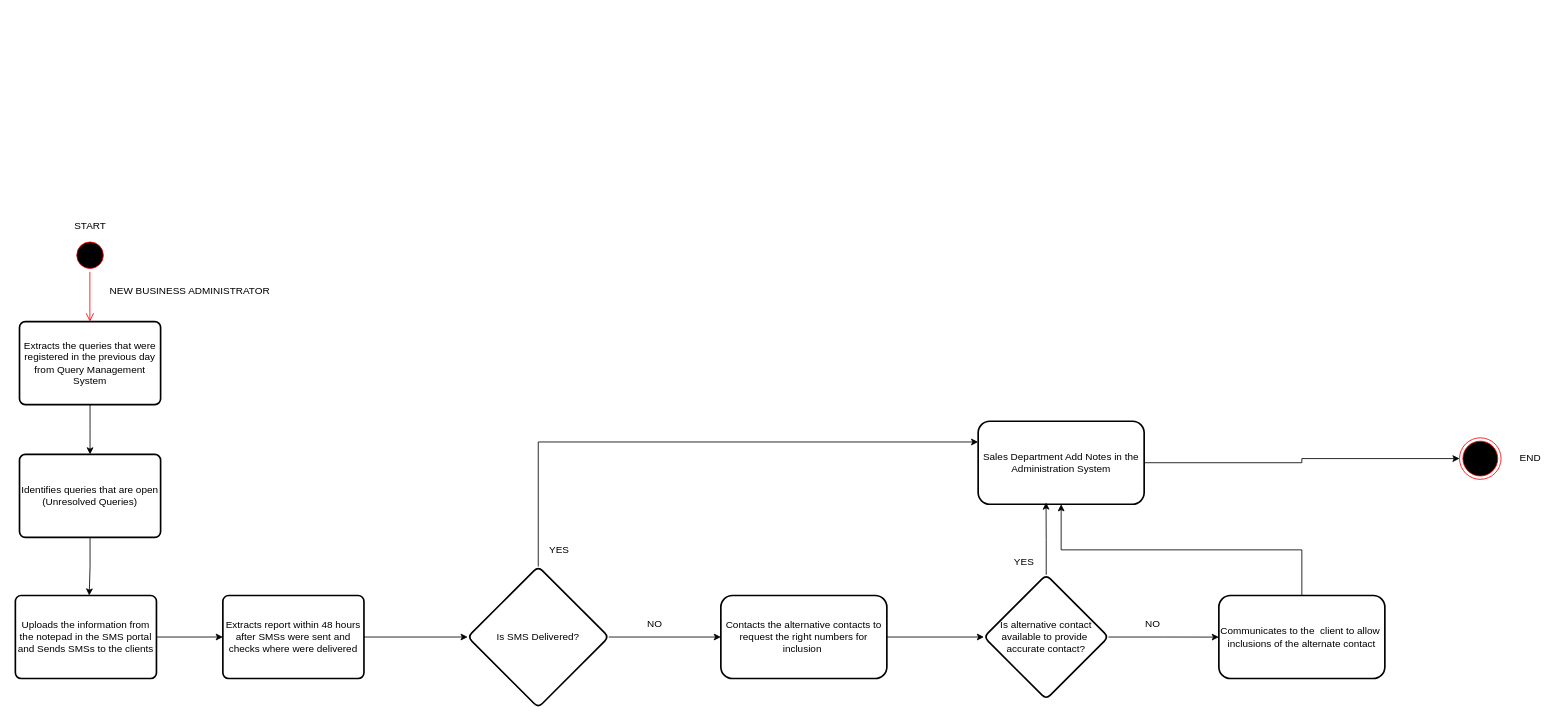
The draw.io diagram Untitled Diagram.drawio in mokaty1818795/ticketing, before the edit. Source tidied: cells renumbered, new cells numbered last; positions are measured from the earlier drawing's top-left corner, leaving out a move shared by most shapes. Both pictures are drawn from the tidied source at 83%, with x=0, y=0 at pixel (15, 213).
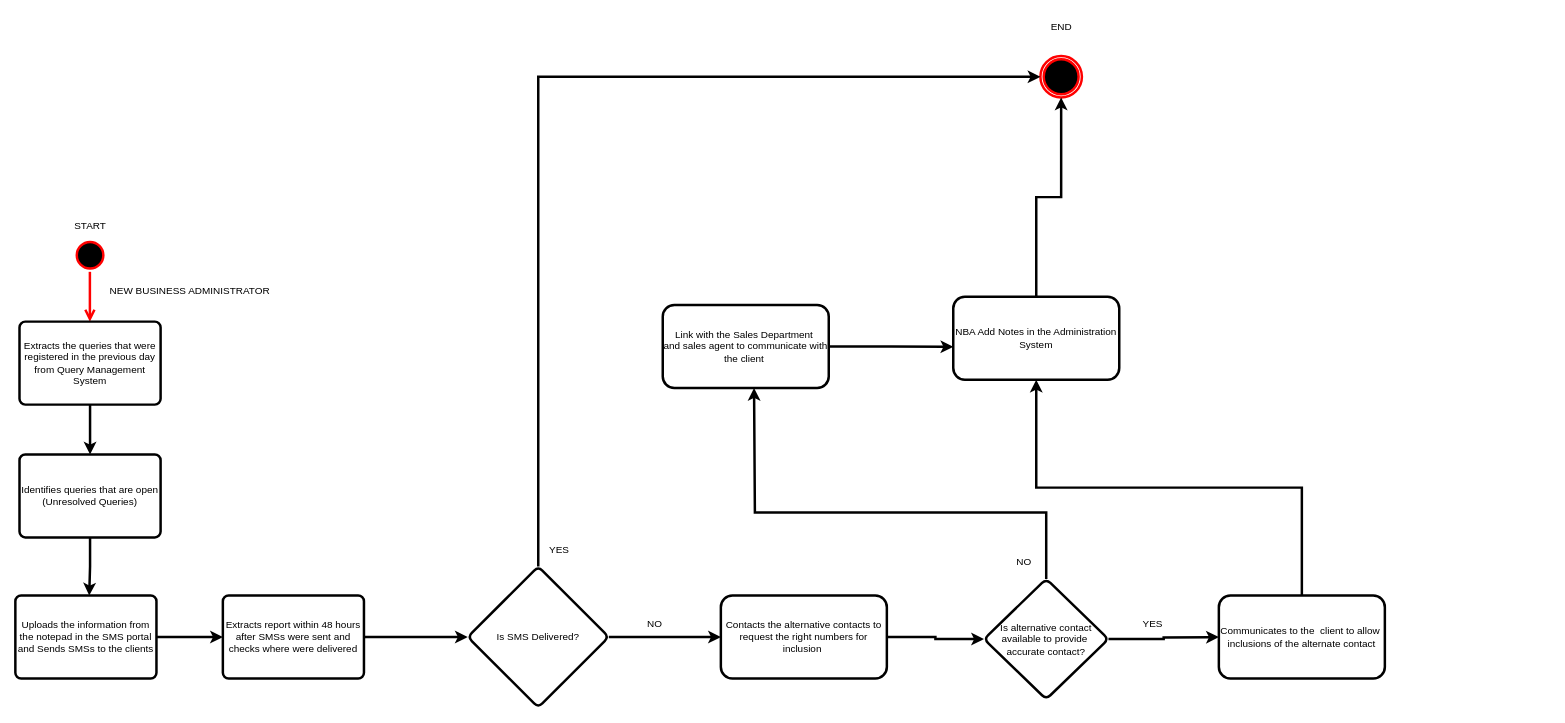
After the change.

What changed in the source:
```diff
@@
-    <mxCell id="2" style="ellipse;html=1;shape=startState;fillColor=#000000;strokeColor=#ff0000;" parent="1" vertex="1">
+    <mxCell id="2" style="ellipse;html=1;shape=startState;fillColor=#000000;strokeColor=#ff0000;strokeWidth=3;" parent="1" vertex="1">
       <mxGeometry x="70" y="30" width="40" height="40" as="geometry" />
     </mxCell>
-    <mxCell id="3" style="edgeStyle=orthogonalEdgeStyle;html=1;verticalAlign=bottom;endArrow=open;endSize=8;strokeColor=#ff0000;rounded=0;" parent="1" edge="1">
+    <mxCell id="3" style="edgeStyle=orthogonalEdgeStyle;html=1;verticalAlign=bottom;endArrow=open;endSize=8;strokeColor=#ff0000;rounded=0;strokeWidth=3;" parent="1" edge="1">
       <mxGeometry relative="1" as="geometry">
         <mxPoint x="89.8" y="70" as="sourcePoint" />
         <mxPoint x="89.8" y="130" as="targetPoint" />
       </mxGeometry>
     </mxCell>
@@
-    <mxCell id="5" style="edgeStyle=orthogonalEdgeStyle;rounded=0;jettySize=auto;html=1;exitX=0.5;exitY=1;exitDx=0;exitDy=0;" parent="1" edge="1" source="6">
+    <mxCell id="5" style="edgeStyle=orthogonalEdgeStyle;rounded=0;jettySize=auto;html=1;exitX=0.5;exitY=1;exitDx=0;exitDy=0;strokeWidth=3;" parent="1" edge="1" source="6">
       <mxGeometry relative="1" as="geometry">
         <mxPoint x="90" y="290" as="targetPoint" />
       </mxGeometry>
     </mxCell>
-    <mxCell id="6" value="Extracts the queries that were registered in the previous day from Query Management System" style="rounded=1;whiteSpace=wrap;html=1;absoluteArcSize=1;arcSize=14;strokeWidth=2;" parent="1" vertex="1">
+    <mxCell id="6" value="Extracts the queries that were registered in the previous day from Query Management System" style="rounded=1;whiteSpace=wrap;html=1;absoluteArcSize=1;arcSize=14;strokeWidth=3;" parent="1" vertex="1">
       <mxGeometry x="5" y="130" width="170" height="100" as="geometry" />
     </mxCell>
-    <mxCell id="7" style="edgeStyle=orthogonalEdgeStyle;rounded=0;jettySize=auto;html=1;" parent="1" edge="1" source="8">
+    <mxCell id="7" style="edgeStyle=orthogonalEdgeStyle;rounded=0;jettySize=auto;html=1;strokeWidth=3;" parent="1" edge="1" source="8">
       <mxGeometry relative="1" as="geometry">
         <mxPoint x="89" y="460" as="targetPoint" />
       </mxGeometry>
     </mxCell>
-    <mxCell id="8" value="Identifies queries that are open&lt;br&gt;(Unresolved Queries)" style="rounded=1;whiteSpace=wrap;html=1;absoluteArcSize=1;arcSize=14;strokeWidth=2;" parent="1" vertex="1">
+    <mxCell id="8" value="Identifies queries that are open&lt;br&gt;(Unresolved Queries)" style="rounded=1;whiteSpace=wrap;html=1;absoluteArcSize=1;arcSize=14;strokeWidth=3;" parent="1" vertex="1">
       <mxGeometry x="5" y="290" width="170" height="100" as="geometry" />
     </mxCell>
-    <mxCell id="9" style="ellipse;html=1;shape=endState;fillColor=#000000;strokeColor=#ff0000;" parent="1" vertex="1">
-      <mxGeometry x="1740" y="270" width="50" height="50" as="geometry" />
+    <mxCell id="9" style="ellipse;html=1;shape=endState;fillColor=#000000;strokeColor=#ff0000;strokeWidth=3;" parent="1" vertex="1">
+      <mxGeometry x="1235" y="-190" width="50" height="50" as="geometry" />
     </mxCell>
-    <mxCell id="10" value="END" style="text;html=1;align=center;verticalAlign=middle;strokeColor=none;fillColor=none;" parent="1" vertex="1">
-      <mxGeometry x="1800" y="280" width="50" height="30" as="geometry" />
-    </mxCell>
-    <mxCell id="11" value="NEW BUSINESS ADMINISTRATOR" style="text;html=1;align=center;verticalAlign=middle;strokeColor=none;fillColor=none;" parent="1" vertex="1">
+    <mxCell id="11" value="NEW BUSINESS ADMINISTRATOR" style="text;html=1;align=center;verticalAlign=middle;strokeColor=none;fillColor=none;strokeWidth=3;" parent="1" vertex="1">
       <mxGeometry x="100" y="78" width="220" height="30" as="geometry" />
     </mxCell>
-    <mxCell id="12" style="edgeStyle=orthogonalEdgeStyle;rounded=0;jettySize=auto;html=1;" parent="1" edge="1" source="13" target="15">
+    <mxCell id="12" style="edgeStyle=orthogonalEdgeStyle;rounded=0;jettySize=auto;html=1;strokeWidth=3;" parent="1" edge="1" source="13" target="15">
       <mxGeometry relative="1" as="geometry" />
     </mxCell>
-    <mxCell id="13" value="Uploads the information from the notepad in the SMS portal and Sends SMSs to the clients" style="rounded=1;whiteSpace=wrap;html=1;absoluteArcSize=1;arcSize=14;strokeWidth=2;" parent="1" vertex="1">
+    <mxCell id="13" value="Uploads the information from the notepad in the SMS portal and Sends SMSs to the clients" style="rounded=1;whiteSpace=wrap;html=1;absoluteArcSize=1;arcSize=14;strokeWidth=3;" parent="1" vertex="1">
       <mxGeometry y="460" width="170" height="100" as="geometry" />
     </mxCell>
-    <mxCell id="14" style="edgeStyle=orthogonalEdgeStyle;rounded=0;jettySize=auto;html=1;" parent="1" edge="1" source="15" target="18">
+    <mxCell id="14" style="edgeStyle=orthogonalEdgeStyle;rounded=0;jettySize=auto;html=1;strokeWidth=3;" parent="1" edge="1" source="15" target="18">
       <mxGeometry relative="1" as="geometry" />
     </mxCell>
-    <mxCell id="15" value="Extracts report within 48 hours after SMSs were sent and checks where were delivered" style="rounded=1;whiteSpace=wrap;html=1;absoluteArcSize=1;arcSize=14;strokeWidth=2;" parent="1" vertex="1">
+    <mxCell id="15" value="Extracts report within 48 hours after SMSs were sent and checks where were delivered" style="rounded=1;whiteSpace=wrap;html=1;absoluteArcSize=1;arcSize=14;strokeWidth=3;" parent="1" vertex="1">
       <mxGeometry x="250" y="460" width="170" height="100" as="geometry" />
     </mxCell>
-    <mxCell id="16" style="edgeStyle=orthogonalEdgeStyle;rounded=0;jettySize=auto;html=1;" parent="1" edge="1" source="18" target="20">
+    <mxCell id="16" style="edgeStyle=orthogonalEdgeStyle;rounded=0;jettySize=auto;html=1;strokeWidth=3;" parent="1" edge="1" source="18" target="20">
       <mxGeometry relative="1" as="geometry" />
     </mxCell>
-    <mxCell id="17" style="edgeStyle=orthogonalEdgeStyle;rounded=0;jettySize=auto;html=1;exitX=0.5;exitY=0;exitDx=0;exitDy=0;entryX=0;entryY=0.25;entryDx=0;entryDy=0;" parent="1" edge="1" source="18" target="22">
-      <mxGeometry relative="1" as="geometry" />
-    </mxCell>
+    <mxCell id="32" style="edgeStyle=orthogonalEdgeStyle;rounded=0;jettySize=auto;html=1;exitX=0.5;exitY=0;exitDx=0;exitDy=0;entryX=0;entryY=0.5;entryDx=0;entryDy=0;strokeWidth=3;" parent="1" edge="1" source="18" target="9">
+      <mxGeometry relative="1" as="geometry" />
+    </mxCell>
-    <mxCell id="18" value="Is SMS Delivered?" style="rhombus;whiteSpace=wrap;html=1;rounded=1;arcSize=14;strokeWidth=2;" parent="1" vertex="1">
+    <mxCell id="18" value="Is SMS Delivered?" style="rhombus;whiteSpace=wrap;html=1;rounded=1;arcSize=14;strokeWidth=3;" parent="1" vertex="1">
       <mxGeometry x="545" y="425" width="170" height="170" as="geometry" />
     </mxCell>
-    <mxCell id="19" style="edgeStyle=orthogonalEdgeStyle;rounded=0;jettySize=auto;html=1;" parent="1" edge="1" source="20" target="26">
+    <mxCell id="19" style="edgeStyle=orthogonalEdgeStyle;rounded=0;jettySize=auto;html=1;strokeWidth=3;" parent="1" edge="1" source="20" target="26">
       <mxGeometry relative="1" as="geometry" />
     </mxCell>
-    <mxCell id="20" value="Contacts the alternative contacts to request the right numbers for inclusion&amp;nbsp;" style="whiteSpace=wrap;html=1;rounded=1;arcSize=14;strokeWidth=2;" parent="1" vertex="1">
+    <mxCell id="20" value="Contacts the alternative contacts to request the right numbers for inclusion&amp;nbsp;" style="whiteSpace=wrap;html=1;rounded=1;arcSize=14;strokeWidth=3;" parent="1" vertex="1">
       <mxGeometry x="850" y="460" width="200" height="100" as="geometry" />
     </mxCell>
-    <mxCell id="21" style="edgeStyle=orthogonalEdgeStyle;rounded=0;jettySize=auto;html=1;exitX=1;exitY=0.5;exitDx=0;exitDy=0;entryX=0;entryY=0.5;entryDx=0;entryDy=0;" parent="1" edge="1" source="22" target="9">
+    <mxCell id="21" style="edgeStyle=orthogonalEdgeStyle;rounded=0;jettySize=auto;html=1;exitX=0.5;exitY=0;exitDx=0;exitDy=0;entryX=0.5;entryY=1;entryDx=0;entryDy=0;strokeWidth=3;" parent="1" edge="1" source="22" target="9">
       <mxGeometry relative="1" as="geometry" />
     </mxCell>
-    <mxCell id="22" value="Sales Department Add Notes in the Administration System" style="whiteSpace=wrap;html=1;rounded=1;arcSize=14;strokeWidth=2;" parent="1" vertex="1">
-      <mxGeometry x="1160" y="250" width="200" height="100" as="geometry" />
+    <mxCell id="22" value="NBA Add Notes in the Administration System" style="whiteSpace=wrap;html=1;rounded=1;arcSize=14;strokeWidth=3;" parent="1" vertex="1">
+      <mxGeometry x="1130" y="100" width="200" height="100" as="geometry" />
     </mxCell>
-    <mxCell id="23" value="YES" style="text;html=1;align=center;verticalAlign=middle;strokeColor=none;fillColor=none;" parent="1" vertex="1">
+    <mxCell id="23" value="YES" style="text;html=1;align=center;verticalAlign=middle;strokeColor=none;fillColor=none;strokeWidth=3;" parent="1" vertex="1">
       <mxGeometry x="630" y="390" width="50" height="30" as="geometry" />
     </mxCell>
-    <mxCell id="24" value="NO" style="text;html=1;align=center;verticalAlign=middle;strokeColor=none;fillColor=none;" parent="1" vertex="1">
+    <mxCell id="24" value="NO" style="text;html=1;align=center;verticalAlign=middle;strokeColor=none;fillColor=none;strokeWidth=3;" parent="1" vertex="1">
       <mxGeometry x="750" y="480" width="40" height="30" as="geometry" />
     </mxCell>
-    <mxCell id="25" style="edgeStyle=orthogonalEdgeStyle;rounded=0;jettySize=auto;html=1;exitX=1;exitY=0.5;exitDx=0;exitDy=0;" parent="1" edge="1" source="26">
+    <mxCell id="25" style="edgeStyle=orthogonalEdgeStyle;rounded=0;jettySize=auto;html=1;exitX=1;exitY=0.5;exitDx=0;exitDy=0;strokeWidth=3;" parent="1" edge="1" source="26">
       <mxGeometry relative="1" as="geometry">
         <mxPoint x="1450" y="510.1" as="targetPoint" />
       </mxGeometry>
     </mxCell>
+    <mxCell id="33" style="edgeStyle=orthogonalEdgeStyle;rounded=0;jettySize=auto;html=1;exitX=0.5;exitY=0;exitDx=0;exitDy=0;strokeWidth=3;" parent="1" edge="1" source="26">
+      <mxGeometry relative="1" as="geometry">
+        <mxPoint x="890" y="210" as="targetPoint" />
+        <Array as="points">
+          <mxPoint x="1242" y="360" />
+          <mxPoint x="891" y="360" />
+          <mxPoint x="891" y="210" />
+        </Array>
+      </mxGeometry>
+    </mxCell>
-    <mxCell id="26" value="Is alternative contact available to provide&amp;nbsp;&lt;br&gt;accurate contact?" style="rhombus;whiteSpace=wrap;html=1;rounded=1;arcSize=14;strokeWidth=2;" parent="1" vertex="1">
-      <mxGeometry x="1167" y="435" width="150" height="150" as="geometry" />
+    <mxCell id="26" value="Is alternative contact available to provide&amp;nbsp;&lt;br&gt;accurate contact?" style="rhombus;whiteSpace=wrap;html=1;rounded=1;arcSize=14;strokeWidth=3;" parent="1" vertex="1">
+      <mxGeometry x="1167" y="440" width="150" height="145" as="geometry" />
     </mxCell>
-    <mxCell id="27" style="edgeStyle=orthogonalEdgeStyle;rounded=0;jettySize=auto;html=1;exitX=0.5;exitY=0;exitDx=0;exitDy=0;entryX=0.409;entryY=0.98;entryDx=0;entryDy=0;entryPerimeter=0;" parent="1" edge="1" source="26" target="22">
-      <mxGeometry relative="1" as="geometry" />
-    </mxCell>
-    <mxCell id="28" value="YES" style="text;html=1;align=center;verticalAlign=middle;strokeColor=none;fillColor=none;" parent="1" vertex="1">
-      <mxGeometry x="1190" y="405" width="50" height="30" as="geometry" />
+    <mxCell id="28" value="NO" style="text;html=1;align=center;verticalAlign=middle;strokeColor=none;fillColor=none;strokeWidth=3;" parent="1" vertex="1">
+      <mxGeometry x="1195" y="405" width="40" height="30" as="geometry" />
     </mxCell>
-    <mxCell id="29" value="Communicates to the&amp;nbsp; client to allow&amp;nbsp; inclusions of the alternate contact" style="whiteSpace=wrap;html=1;rounded=1;arcSize=14;strokeWidth=2;" parent="1" vertex="1">
+    <mxCell id="29" value="Communicates to the&amp;nbsp; client to allow&amp;nbsp; inclusions of the alternate contact" style="whiteSpace=wrap;html=1;rounded=1;arcSize=14;strokeWidth=3;" parent="1" vertex="1">
       <mxGeometry x="1450" y="460" width="200" height="100" as="geometry" />
     </mxCell>
-    <mxCell id="30" style="edgeStyle=orthogonalEdgeStyle;rounded=0;jettySize=auto;html=1;exitX=0.5;exitY=0;exitDx=0;exitDy=0;" parent="1" edge="1" source="29" target="22">
+    <mxCell id="30" style="edgeStyle=orthogonalEdgeStyle;rounded=0;jettySize=auto;html=1;exitX=0.5;exitY=0;exitDx=0;exitDy=0;strokeWidth=3;" parent="1" edge="1" source="29" target="22">
       <mxGeometry relative="1" as="geometry" />
     </mxCell>
-    <mxCell id="31" value="NO" style="text;html=1;align=center;verticalAlign=middle;strokeColor=none;fillColor=none;" parent="1" vertex="1">
-      <mxGeometry x="1350" y="480" width="40" height="30" as="geometry" />
+    <mxCell id="31" value="YES" style="text;html=1;align=center;verticalAlign=middle;strokeColor=none;fillColor=none;strokeWidth=3;" parent="1" vertex="1">
+      <mxGeometry x="1345" y="480" width="50" height="30" as="geometry" />
     </mxCell>
+    <mxCell id="10" value="END" style="text;html=1;align=center;verticalAlign=middle;strokeColor=none;fillColor=none;strokeWidth=3;" parent="1" vertex="1">
+      <mxGeometry x="1235" y="-240" width="50" height="30" as="geometry" />
+    </mxCell>
+    <mxCell id="34" style="edgeStyle=orthogonalEdgeStyle;rounded=0;jettySize=auto;html=1;exitX=1;exitY=0.5;exitDx=0;exitDy=0;strokeWidth=3;" parent="1" edge="1" source="35">
+      <mxGeometry relative="1" as="geometry">
+        <mxPoint x="1130" y="160.4" as="targetPoint" />
+      </mxGeometry>
+    </mxCell>
+    <mxCell id="35" value="Link with the Sales Department&amp;nbsp;&lt;br&gt;and sales agent to communicate with the client&amp;nbsp;" style="whiteSpace=wrap;html=1;rounded=1;arcSize=14;strokeWidth=3;" parent="1" vertex="1">
+      <mxGeometry x="780" y="110" width="200" height="100" as="geometry" />
+    </mxCell>
```
